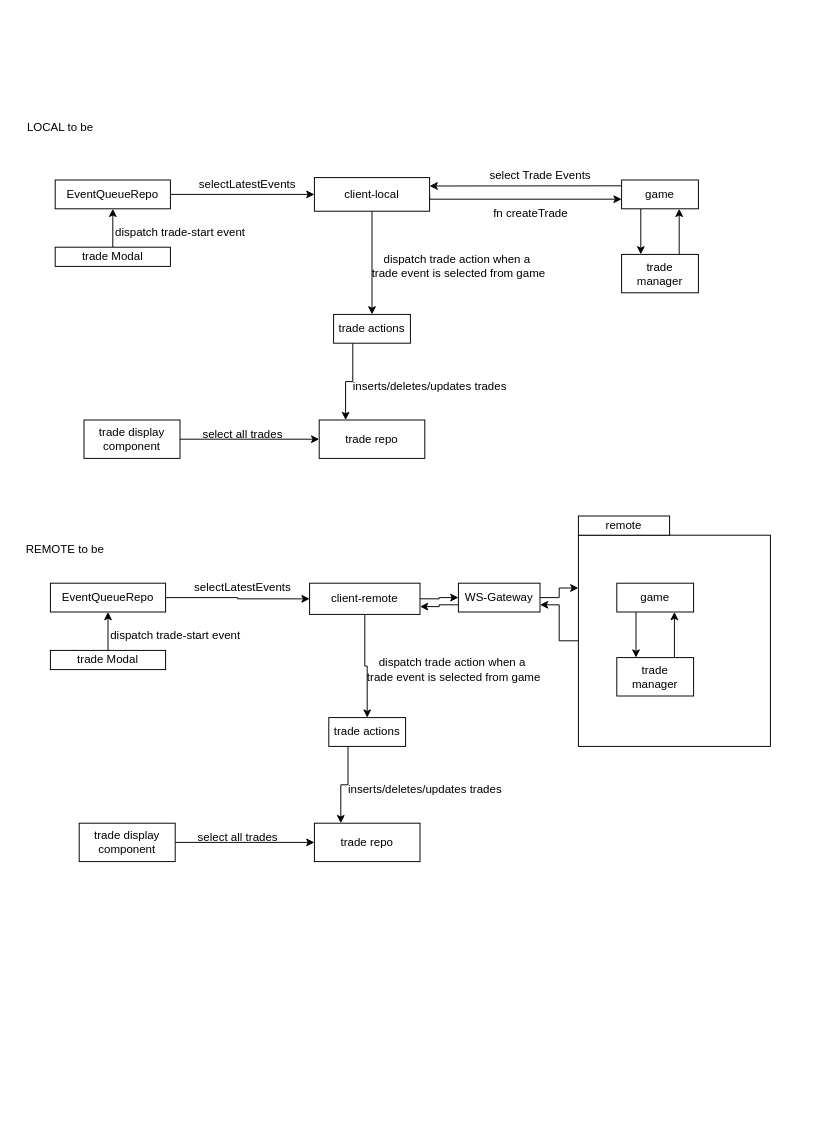
The draw.io diagram docs/game-communication-architecture.drawio in Tiny-Settlements-Conquests/Tiny-Settlement-Conquest, before the edit. Source tidied: cells renumbered, new cells numbered last; positions are measured from the earlier drawing's top-left corner, leaving out a move shared by most shapes. Both pictures are drawn from the tidied source at 96%, with x=0, y=0 at pixel (16, 112).
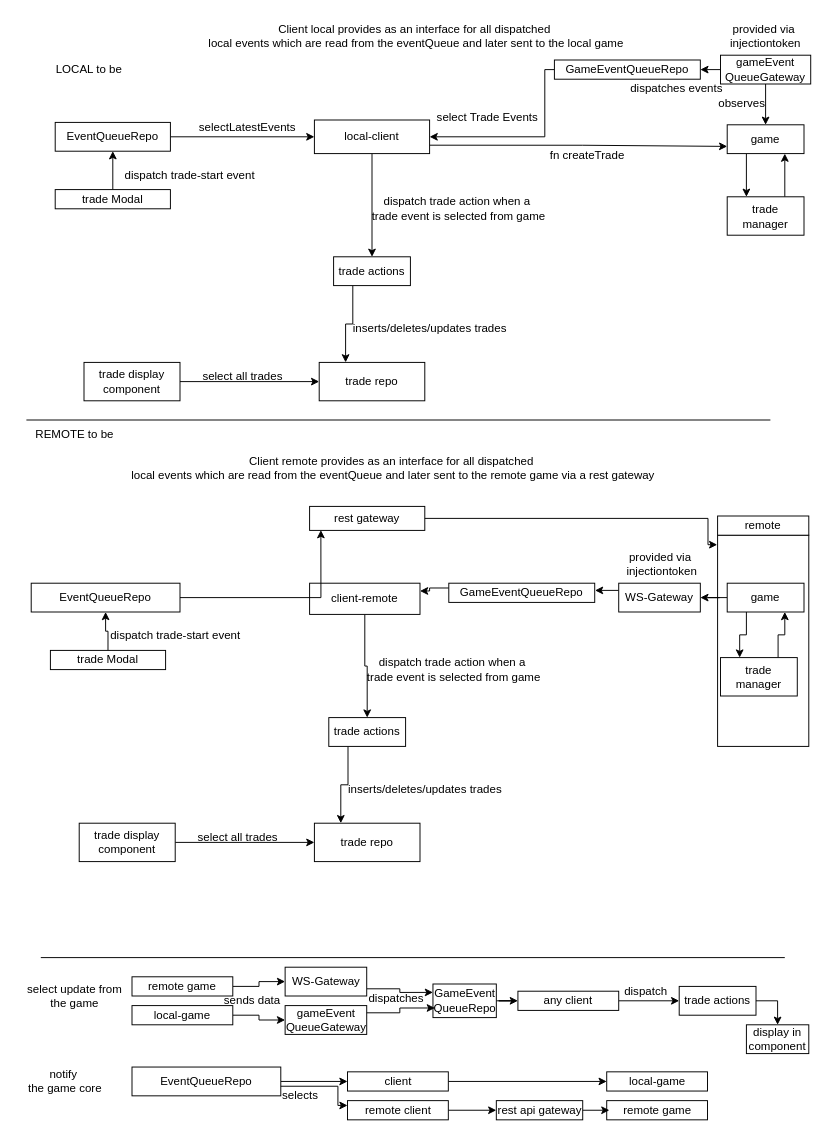
After the change.

Commit message:
chore: update game communication drawio

Unchanged cells that the change refers to:
```xml
<mxCell id="36" value="client-remote" style="rounded=0;whiteSpace=wrap;html=1;" parent="1" vertex="1">
  <mxGeometry x="305" y="490" width="115" height="32.5" as="geometry" />
</mxCell>
```

Change to the diagram source:
```diff
@@
-    <mxCell id="2" style="edgeStyle=orthogonalEdgeStyle;rounded=0;jettySize=auto;html=1;exitX=0;exitY=0.5;exitDx=0;exitDy=0;entryX=1;entryY=0.75;entryDx=0;entryDy=0;" parent="1" edge="1" source="3" target="54">
-      <mxGeometry relative="1" as="geometry" />
-    </mxCell>
     <mxCell id="3" style="rounded=0;whiteSpace=wrap;html=1;" parent="1" vertex="1">
-      <mxGeometry x="585" y="440" width="200" height="220" as="geometry" />
+      <mxGeometry x="730" y="440" width="95" height="220" as="geometry" />
     </mxCell>
@@
     <mxCell id="5" value="trade Modal" style="rounded=0;whiteSpace=wrap;html=1;" parent="1" vertex="1">
-      <mxGeometry x="40" y="140" width="120" height="20" as="geometry" />
+      <mxGeometry x="40" y="80" width="120" height="20" as="geometry" />
     </mxCell>
@@
     <mxCell id="7" value="EventQueueRepo" style="rounded=0;whiteSpace=wrap;html=1;" parent="1" vertex="1">
-      <mxGeometry x="40" y="70" width="120" height="30" as="geometry" />
+      <mxGeometry x="40" y="10" width="120" height="30" as="geometry" />
     </mxCell>
-    <mxCell id="8" value="LOCAL to be" style="text;html=1;align=center;verticalAlign=middle;strokeColor=none;fillColor=none;" parent="1" vertex="1">
-      <mxGeometry width="90" height="30" as="geometry" />
+    <mxCell id="8" value="LOCAL to be" style="text;html=1;align=center;verticalAlign=middle;strokeColor=none;fillColor=default;" parent="1" vertex="1">
+      <mxGeometry x="30" y="-60" width="90" height="30" as="geometry" />
     </mxCell>
+    <mxCell id="10" style="edgeStyle=orthogonalEdgeStyle;rounded=0;jettySize=auto;html=1;exitX=0.5;exitY=1;exitDx=0;exitDy=0;entryX=0.5;entryY=0;entryDx=0;entryDy=0;" parent="1" edge="1" source="11" target="24">
+      <mxGeometry relative="1" as="geometry" />
+    </mxCell>
-    <mxCell id="9" style="edgeStyle=orthogonalEdgeStyle;rounded=0;jettySize=auto;html=1;exitX=1;exitY=0.5;exitDx=0;exitDy=0;" parent="1" edge="1" source="11" target="16">
+    <mxCell id="9" style="edgeStyle=orthogonalEdgeStyle;rounded=0;jettySize=auto;html=1;exitX=1;exitY=0.75;exitDx=0;exitDy=0;entryX=0;entryY=0.75;entryDx=0;entryDy=0;" parent="1" edge="1" source="11" target="16">
       <mxGeometry relative="1" as="geometry">
         <Array as="points">
-          <mxPoint x="430" y="90" />
+          <mxPoint x="589" y="34" />
+          <mxPoint x="747" y="34" />
         </Array>
       </mxGeometry>
     </mxCell>
-    <mxCell id="10" style="edgeStyle=orthogonalEdgeStyle;rounded=0;jettySize=auto;html=1;exitX=0.5;exitY=1;exitDx=0;exitDy=0;entryX=0.5;entryY=0;entryDx=0;entryDy=0;" parent="1" edge="1" source="11" target="24">
-      <mxGeometry relative="1" as="geometry" />
-    </mxCell>
-    <mxCell id="11" value="client-local" style="rounded=0;whiteSpace=wrap;html=1;" parent="1" vertex="1">
-      <mxGeometry x="310" y="67.5" width="120" height="35" as="geometry" />
+    <mxCell id="11" value="local-client" style="rounded=0;whiteSpace=wrap;html=1;" parent="1" vertex="1">
+      <mxGeometry x="310" y="7.5" width="120" height="35" as="geometry" />
     </mxCell>
     <mxCell id="12" value="dispatch trade-start event" style="text;html=1;align=center;verticalAlign=middle;strokeColor=none;fillColor=none;" parent="1" vertex="1">
-      <mxGeometry x="90" y="110" width="160" height="30" as="geometry" />
+      <mxGeometry x="100" y="50" width="160" height="30" as="geometry" />
     </mxCell>
     <mxCell id="13" value="selectLatestEvents" style="text;html=1;align=center;verticalAlign=middle;strokeColor=none;fillColor=none;" parent="1" vertex="1">
-      <mxGeometry x="180" y="60" width="120" height="30" as="geometry" />
+      <mxGeometry x="180" width="120" height="30" as="geometry" />
     </mxCell>
@@
-    <mxCell id="15" style="edgeStyle=orthogonalEdgeStyle;rounded=0;jettySize=auto;html=1;exitX=0;exitY=0.25;exitDx=0;exitDy=0;entryX=1;entryY=0.25;entryDx=0;entryDy=0;" parent="1" edge="1" source="16" target="11">
-      <mxGeometry relative="1" as="geometry">
-        <Array as="points">
-          <mxPoint x="690" y="76" />
-          <mxPoint x="560" y="76" />
-        </Array>
-      </mxGeometry>
-    </mxCell>
     <mxCell id="16" value="game" style="whiteSpace=wrap;html=1;" parent="1" vertex="1">
-      <mxGeometry x="630" y="70" width="80" height="30" as="geometry" />
+      <mxGeometry x="740" y="12.5" width="80" height="30" as="geometry" />
     </mxCell>
@@
     <mxCell id="18" value="trade manager" style="whiteSpace=wrap;html=1;" parent="1" vertex="1">
-      <mxGeometry x="630" y="147.5" width="80" height="40" as="geometry" />
+      <mxGeometry x="740" y="87.5" width="80" height="40" as="geometry" />
     </mxCell>
@@
     <mxCell id="20" value="trade display component" style="whiteSpace=wrap;html=1;" parent="1" vertex="1">
-      <mxGeometry x="70" y="320" width="100" height="40" as="geometry" />
+      <mxGeometry x="70" y="260" width="100" height="40" as="geometry" />
     </mxCell>
     <mxCell id="21" value="fn createTrade" style="text;html=1;align=center;verticalAlign=middle;strokeColor=none;fillColor=none;" parent="1" vertex="1">
-      <mxGeometry x="485" y="90" width="100" height="30" as="geometry" />
+      <mxGeometry x="544" y="30" width="100" height="30" as="geometry" />
     </mxCell>
     <mxCell id="22" value="select Trade Events" style="text;html=1;align=center;verticalAlign=middle;strokeColor=none;fillColor=none;" parent="1" vertex="1">
-      <mxGeometry x="480" y="50" width="130" height="30" as="geometry" />
+      <mxGeometry x="425" y="-10" width="130" height="30" as="geometry" />
     </mxCell>
@@
     <mxCell id="24" value="trade actions" style="whiteSpace=wrap;html=1;" parent="1" vertex="1">
-      <mxGeometry x="330" y="210" width="80" height="30" as="geometry" />
+      <mxGeometry x="330" y="150" width="80" height="30" as="geometry" />
     </mxCell>
     <mxCell id="25" value="dispatch trade action when a&amp;nbsp;&lt;div&gt;trade event is selected from game&lt;/div&gt;" style="text;html=1;align=center;verticalAlign=middle;strokeColor=none;fillColor=none;" parent="1" vertex="1">
-      <mxGeometry x="360" y="140" width="200" height="40" as="geometry" />
+      <mxGeometry x="360" y="80" width="200" height="40" as="geometry" />
     </mxCell>
     <mxCell id="26" value="trade repo" style="rounded=0;whiteSpace=wrap;html=1;" parent="1" vertex="1">
-      <mxGeometry x="315" y="320" width="110" height="40" as="geometry" />
+      <mxGeometry x="315" y="260" width="110" height="40" as="geometry" />
     </mxCell>
     <mxCell id="27" value="select all trades" style="text;html=1;align=center;verticalAlign=middle;strokeColor=none;fillColor=none;" parent="1" vertex="1">
-      <mxGeometry x="180" y="320" width="110" height="30" as="geometry" />
+      <mxGeometry x="180" y="260" width="110" height="30" as="geometry" />
     </mxCell>
     <mxCell id="28" value="inserts/deletes/updates trades" style="text;html=1;align=center;verticalAlign=middle;strokeColor=none;fillColor=none;" parent="1" vertex="1">
-      <mxGeometry x="340" y="270" width="180" height="30" as="geometry" />
+      <mxGeometry x="340" y="210" width="180" height="30" as="geometry" />
     </mxCell>
-    <mxCell id="29" value="REMOTE to be" style="text;html=1;align=center;verticalAlign=middle;strokeColor=none;fillColor=none;" parent="1" vertex="1">
-      <mxGeometry y="440" width="100" height="30" as="geometry" />
+    <mxCell id="29" value="REMOTE to be" style="text;html=1;align=center;verticalAlign=middle;strokeColor=none;fillColor=default;glass=0;" parent="1" vertex="1">
+      <mxGeometry x="10" y="320" width="100" height="30" as="geometry" />
     </mxCell>
@@
-    <mxCell id="32" style="edgeStyle=orthogonalEdgeStyle;rounded=0;jettySize=auto;html=1;exitX=1;exitY=0.5;exitDx=0;exitDy=0;" parent="1" edge="1" source="33" target="36">
-      <mxGeometry relative="1" as="geometry" />
-    </mxCell>
     <mxCell id="33" value="EventQueueRepo" style="rounded=0;whiteSpace=wrap;html=1;" parent="1" vertex="1">
-      <mxGeometry x="35" y="490" width="120" height="30" as="geometry" />
+      <mxGeometry x="15" y="490" width="155" height="30" as="geometry" />
     </mxCell>
@@
-    <mxCell id="35" style="edgeStyle=orthogonalEdgeStyle;rounded=0;jettySize=auto;html=1;exitX=1;exitY=0.5;exitDx=0;exitDy=0;" parent="1" edge="1" source="36" target="54">
-      <mxGeometry relative="1" as="geometry" />
-    </mxCell>
@@
-    <mxCell id="38" value="selectLatestEvents" style="text;html=1;align=center;verticalAlign=middle;strokeColor=none;fillColor=none;" parent="1" vertex="1">
-      <mxGeometry x="175" y="480" width="120" height="30" as="geometry" />
-    </mxCell>
@@
+    <mxCell id="55" style="edgeStyle=orthogonalEdgeStyle;rounded=0;jettySize=auto;html=1;exitX=0;exitY=0.5;exitDx=0;exitDy=0;" parent="1" edge="1" source="40" target="54">
+      <mxGeometry relative="1" as="geometry" />
+    </mxCell>
     <mxCell id="40" value="game" style="whiteSpace=wrap;html=1;" parent="1" vertex="1">
-      <mxGeometry x="625" y="490" width="80" height="30" as="geometry" />
+      <mxGeometry x="740" y="490" width="80" height="30" as="geometry" />
     </mxCell>
@@
     <mxCell id="42" value="trade manager" style="whiteSpace=wrap;html=1;" parent="1" vertex="1">
-      <mxGeometry x="625" y="567.5" width="80" height="40" as="geometry" />
+      <mxGeometry x="733" y="567.5" width="80" height="40" as="geometry" />
     </mxCell>
@@
     <mxCell id="51" value="remote" style="rounded=0;whiteSpace=wrap;html=1;" parent="1" vertex="1">
-      <mxGeometry x="585" y="420" width="95" height="20" as="geometry" />
+      <mxGeometry x="730" y="420" width="95" height="20" as="geometry" />
     </mxCell>
-    <mxCell id="52" style="edgeStyle=orthogonalEdgeStyle;rounded=0;jettySize=auto;html=1;exitX=1;exitY=0.5;exitDx=0;exitDy=0;entryX=0;entryY=0.25;entryDx=0;entryDy=0;" parent="1" edge="1" source="54" target="3">
-      <mxGeometry relative="1" as="geometry" />
-    </mxCell>
-    <mxCell id="53" style="edgeStyle=orthogonalEdgeStyle;rounded=0;jettySize=auto;html=1;exitX=0;exitY=0.75;exitDx=0;exitDy=0;entryX=1;entryY=0.75;entryDx=0;entryDy=0;" parent="1" edge="1" source="54" target="36">
-      <mxGeometry relative="1" as="geometry" />
-    </mxCell>
+    <mxCell id="56" style="edgeStyle=orthogonalEdgeStyle;rounded=0;jettySize=auto;html=1;exitX=0;exitY=0.25;exitDx=0;exitDy=0;entryX=1.002;entryY=0.389;entryDx=0;entryDy=0;entryPerimeter=0;" parent="1" edge="1" source="54" target="84">
+      <mxGeometry relative="1" as="geometry" />
+    </mxCell>
     <mxCell id="54" value="WS-Gateway" style="rounded=0;whiteSpace=wrap;html=1;" parent="1" vertex="1">
-      <mxGeometry x="460" y="490" width="85" height="30" as="geometry" />
+      <mxGeometry x="627" y="490" width="85" height="30" as="geometry" />
     </mxCell>
+    <mxCell id="57" value="rest gateway" style="rounded=0;whiteSpace=wrap;html=1;" parent="1" vertex="1">
+      <mxGeometry x="305" y="410" width="120" height="25" as="geometry" />
+    </mxCell>
+    <mxCell id="58" value="Client local provides as an interface for all dispatched&lt;div&gt;&amp;nbsp;local events which are read from the eventQueue and later sent to the local game&lt;/div&gt;" style="text;html=1;align=center;verticalAlign=middle;strokeColor=none;fillColor=none;" parent="1" vertex="1">
+      <mxGeometry x="184" y="-100" width="460" height="40" as="geometry" />
+    </mxCell>
+    <mxCell id="59" value="provided via&lt;div&gt;&amp;nbsp;injectiontoken&lt;/div&gt;" style="text;html=1;align=center;verticalAlign=middle;strokeColor=none;fillColor=none;" parent="1" vertex="1">
+      <mxGeometry x="727.5" y="-100" width="100" height="40" as="geometry" />
+    </mxCell>
+    <mxCell id="60" style="edgeStyle=orthogonalEdgeStyle;rounded=0;jettySize=auto;html=1;exitX=1;exitY=0.5;exitDx=0;exitDy=0;entryX=0.098;entryY=0.989;entryDx=0;entryDy=0;entryPerimeter=0;" parent="1" edge="1" source="33" target="57">
+      <mxGeometry relative="1" as="geometry" />
+    </mxCell>
+    <mxCell id="61" style="edgeStyle=orthogonalEdgeStyle;rounded=0;jettySize=auto;html=1;exitX=1;exitY=0.5;exitDx=0;exitDy=0;entryX=0;entryY=0.5;entryDx=0;entryDy=0;" parent="1" edge="1" source="62" target="70">
+      <mxGeometry relative="1" as="geometry" />
+    </mxCell>
+    <mxCell id="62" value="client" style="rounded=0;whiteSpace=wrap;html=1;" parent="1" vertex="1">
+      <mxGeometry x="344.5" y="999" width="105" height="20" as="geometry" />
+    </mxCell>
+    <mxCell id="63" style="edgeStyle=orthogonalEdgeStyle;rounded=0;jettySize=auto;html=1;exitX=1;exitY=0.5;exitDx=0;exitDy=0;" parent="1" edge="1" source="65" target="62">
+      <mxGeometry relative="1" as="geometry" />
+    </mxCell>
+    <mxCell id="64" style="edgeStyle=orthogonalEdgeStyle;rounded=0;orthogonalLoop=1;jettySize=auto;html=1;exitX=1;exitY=1;exitDx=0;exitDy=0;entryX=0;entryY=0.5;entryDx=0;entryDy=0;" parent="1" edge="1">
+      <mxGeometry relative="1" as="geometry">
+        <mxPoint x="254.5" y="1019" as="sourcePoint" />
+        <mxPoint x="344.5" y="1034" as="targetPoint" />
+        <Array as="points">
+          <mxPoint x="254.5" y="1014" />
+          <mxPoint x="334.5" y="1014" />
+          <mxPoint x="334.5" y="1034" />
+        </Array>
+      </mxGeometry>
+    </mxCell>
+    <mxCell id="65" value="EventQueueRepo" style="rounded=0;whiteSpace=wrap;html=1;" parent="1" vertex="1">
+      <mxGeometry x="120" y="994" width="155" height="30" as="geometry" />
+    </mxCell>
+    <mxCell id="66" value="selects" style="text;html=1;align=center;verticalAlign=middle;strokeColor=none;fillColor=none;" parent="1" vertex="1">
+      <mxGeometry x="264.5" y="1009" width="60" height="30" as="geometry" />
+    </mxCell>
+    <mxCell id="67" style="edgeStyle=orthogonalEdgeStyle;rounded=0;jettySize=auto;html=1;exitX=1;exitY=0.5;exitDx=0;exitDy=0;entryX=0;entryY=0.5;entryDx=0;entryDy=0;" parent="1" edge="1" source="68" target="71">
+      <mxGeometry relative="1" as="geometry" />
+    </mxCell>
+    <mxCell id="68" value="remote client" style="rounded=0;whiteSpace=wrap;html=1;" parent="1" vertex="1">
+      <mxGeometry x="344.5" y="1029" width="105" height="20" as="geometry" />
+    </mxCell>
+    <mxCell id="69" value="remote game" style="rounded=0;whiteSpace=wrap;html=1;" parent="1" vertex="1">
+      <mxGeometry x="614.5" y="1029" width="105" height="20" as="geometry" />
+    </mxCell>
+    <mxCell id="70" value="local-game" style="rounded=0;whiteSpace=wrap;html=1;" parent="1" vertex="1">
+      <mxGeometry x="614.5" y="999" width="105" height="20" as="geometry" />
+    </mxCell>
+    <mxCell id="71" value="rest api gateway" style="rounded=0;whiteSpace=wrap;html=1;" parent="1" vertex="1">
+      <mxGeometry x="499.5" y="1029" width="90" height="20" as="geometry" />
+    </mxCell>
+    <mxCell id="72" style="edgeStyle=orthogonalEdgeStyle;rounded=0;jettySize=auto;html=1;exitX=1;exitY=0.5;exitDx=0;exitDy=0;entryX=0.027;entryY=0.51;entryDx=0;entryDy=0;entryPerimeter=0;" parent="1" edge="1" source="71" target="69">
+      <mxGeometry relative="1" as="geometry" />
+    </mxCell>
+    <mxCell id="73" style="endArrow=none;html=1;rounded=0;" parent="1" edge="1">
+      <mxGeometry relative="1" as="geometry">
+        <mxPoint x="25" y="880" as="sourcePoint" />
+        <mxPoint x="800" y="880" as="targetPoint" />
+      </mxGeometry>
+    </mxCell>
+    <mxCell id="74" style="endArrow=none;html=1;rounded=0;" parent="1" edge="1">
+      <mxGeometry relative="1" as="geometry">
+        <mxPoint x="10" y="320" as="sourcePoint" />
+        <mxPoint x="785" y="320" as="targetPoint" />
+      </mxGeometry>
+    </mxCell>
+    <mxCell id="75" value="Client remote provides as an interface for all dispatched&lt;div&gt;&amp;nbsp;local events which are read from the eventQueue and later sent to the remote game via a rest gateway&lt;/div&gt;" style="text;html=1;align=center;verticalAlign=middle;strokeColor=none;fillColor=none;" parent="1" vertex="1">
+      <mxGeometry x="105" y="350" width="570" height="40" as="geometry" />
+    </mxCell>
+    <mxCell id="76" style="edgeStyle=orthogonalEdgeStyle;rounded=0;jettySize=auto;html=1;exitX=0;exitY=0.5;exitDx=0;exitDy=0;entryX=1;entryY=0.5;entryDx=0;entryDy=0;" parent="1" edge="1" source="77" target="11">
+      <mxGeometry relative="1" as="geometry">
+        <Array as="points">
+          <mxPoint x="550" y="-45" />
+          <mxPoint x="550" y="25" />
+        </Array>
+      </mxGeometry>
+    </mxCell>
+    <mxCell id="77" value="GameEventQueueRepo" style="rounded=0;whiteSpace=wrap;html=1;" parent="1" vertex="1">
+      <mxGeometry x="560" y="-55" width="152" height="20" as="geometry" />
+    </mxCell>
+    <mxCell id="78" style="edgeStyle=orthogonalEdgeStyle;rounded=0;jettySize=auto;html=1;exitX=0.5;exitY=1;exitDx=0;exitDy=0;" parent="1" edge="1" source="80" target="16">
+      <mxGeometry relative="1" as="geometry" />
+    </mxCell>
+    <mxCell id="79" style="edgeStyle=orthogonalEdgeStyle;rounded=0;jettySize=auto;html=1;exitX=0;exitY=0.5;exitDx=0;exitDy=0;entryX=1;entryY=0.5;entryDx=0;entryDy=0;" parent="1" edge="1" source="80" target="77">
+      <mxGeometry relative="1" as="geometry" />
+    </mxCell>
+    <mxCell id="80" value="gameEvent&lt;div&gt;QueueGateway&lt;/div&gt;" style="rounded=0;whiteSpace=wrap;html=1;" parent="1" vertex="1">
+      <mxGeometry x="733" y="-60" width="94" height="30" as="geometry" />
+    </mxCell>
+    <mxCell id="81" value="observes" style="text;html=1;align=center;verticalAlign=middle;strokeColor=none;fillColor=none;" parent="1" vertex="1">
+      <mxGeometry x="720" y="-25" width="70" height="30" as="geometry" />
+    </mxCell>
+    <mxCell id="82" value="dispatches events" style="text;html=1;align=center;verticalAlign=middle;strokeColor=none;fillColor=none;" parent="1" vertex="1">
+      <mxGeometry x="627" y="-40" width="120" height="30" as="geometry" />
+    </mxCell>
+    <mxCell id="83" style="edgeStyle=orthogonalEdgeStyle;rounded=0;jettySize=auto;html=1;exitX=0;exitY=0.25;exitDx=0;exitDy=0;entryX=1;entryY=0.25;entryDx=0;entryDy=0;" parent="1" edge="1" source="84" target="36">
+      <mxGeometry relative="1" as="geometry">
+        <Array as="points">
+          <mxPoint x="430" y="495" />
+          <mxPoint x="430" y="498" />
+        </Array>
+      </mxGeometry>
+    </mxCell>
+    <mxCell id="84" value="GameEventQueueRepo" style="rounded=0;whiteSpace=wrap;html=1;" parent="1" vertex="1">
+      <mxGeometry x="450" y="490" width="152" height="20" as="geometry" />
+    </mxCell>
+    <mxCell id="85" style="edgeStyle=orthogonalEdgeStyle;rounded=0;jettySize=auto;html=1;exitX=1;exitY=0.5;exitDx=0;exitDy=0;entryX=-0.004;entryY=0.045;entryDx=0;entryDy=0;entryPerimeter=0;" parent="1" edge="1" source="57" target="3">
+      <mxGeometry relative="1" as="geometry">
+        <Array as="points">
+          <mxPoint x="720" y="423" />
+          <mxPoint x="720" y="450" />
+        </Array>
+      </mxGeometry>
+    </mxCell>
+    <mxCell id="86" value="provided via&lt;div&gt;&amp;nbsp;injectiontoken&lt;/div&gt;" style="text;html=1;align=center;verticalAlign=middle;strokeColor=none;fillColor=none;" parent="1" vertex="1">
+      <mxGeometry x="619.5" y="450" width="100" height="40" as="geometry" />
+    </mxCell>
+    <mxCell id="87" value="notify&amp;nbsp;&lt;div&gt;the game core&lt;/div&gt;" style="text;html=1;align=center;verticalAlign=middle;strokeColor=none;fillColor=none;" parent="1" vertex="1">
+      <mxGeometry x="-0.5" y="989" width="100" height="40" as="geometry" />
+    </mxCell>
+    <mxCell id="88" value="select update from&lt;div&gt;the game&lt;/div&gt;" style="text;html=1;align=center;verticalAlign=middle;strokeColor=none;fillColor=none;" parent="1" vertex="1">
+      <mxGeometry y="900" width="120" height="40" as="geometry" />
+    </mxCell>
+    <mxCell id="89" style="edgeStyle=orthogonalEdgeStyle;rounded=0;jettySize=auto;html=1;exitX=1;exitY=0.5;exitDx=0;exitDy=0;entryX=0;entryY=0.5;entryDx=0;entryDy=0;" parent="1" edge="1" source="90" target="93">
+      <mxGeometry relative="1" as="geometry" />
+    </mxCell>
+    <mxCell id="90" value="local-game" style="rounded=0;whiteSpace=wrap;html=1;" parent="1" vertex="1">
+      <mxGeometry x="120" y="930" width="105" height="20" as="geometry" />
+    </mxCell>
+    <mxCell id="91" style="edgeStyle=orthogonalEdgeStyle;rounded=0;jettySize=auto;html=1;exitX=1;exitY=0.5;exitDx=0;exitDy=0;" parent="1" edge="1" source="92" target="95">
+      <mxGeometry relative="1" as="geometry" />
+    </mxCell>
+    <mxCell id="92" value="remote game" style="rounded=0;whiteSpace=wrap;html=1;" parent="1" vertex="1">
+      <mxGeometry x="120" y="900" width="105" height="20" as="geometry" />
+    </mxCell>
+    <mxCell id="93" value="gameEvent&lt;div&gt;QueueGateway&lt;/div&gt;" style="rounded=0;whiteSpace=wrap;html=1;" parent="1" vertex="1">
+      <mxGeometry x="279.5" y="930" width="85" height="30" as="geometry" />
+    </mxCell>
+    <mxCell id="94" style="edgeStyle=orthogonalEdgeStyle;rounded=0;jettySize=auto;html=1;exitX=1;exitY=0.75;exitDx=0;exitDy=0;entryX=0;entryY=0.25;entryDx=0;entryDy=0;" parent="1" edge="1" source="95" target="98">
+      <mxGeometry relative="1" as="geometry" />
+    </mxCell>
+    <mxCell id="95" value="WS-Gateway" style="rounded=0;whiteSpace=wrap;html=1;" parent="1" vertex="1">
+      <mxGeometry x="279.5" y="890" width="85" height="30" as="geometry" />
+    </mxCell>
+    <mxCell id="96" value="sends data" style="text;html=1;align=center;verticalAlign=middle;strokeColor=none;fillColor=none;" parent="1" vertex="1">
+      <mxGeometry x="205" y="910" width="80" height="30" as="geometry" />
+    </mxCell>
+    <mxCell id="97" style="edgeStyle=orthogonalEdgeStyle;rounded=0;jettySize=auto;html=1;exitX=1;exitY=0.5;exitDx=0;exitDy=0;" parent="1" edge="1" source="98" target="102">
+      <mxGeometry relative="1" as="geometry" />
+    </mxCell>
+    <mxCell id="98" value="GameEvent&lt;div&gt;QueueRepo&lt;/div&gt;" style="rounded=0;whiteSpace=wrap;html=1;" parent="1" vertex="1">
+      <mxGeometry x="433.5" y="907.5" width="66" height="35" as="geometry" />
+    </mxCell>
+    <mxCell id="99" style="edgeStyle=orthogonalEdgeStyle;rounded=0;jettySize=auto;html=1;exitX=1;exitY=0.25;exitDx=0;exitDy=0;entryX=0.031;entryY=0.714;entryDx=0;entryDy=0;entryPerimeter=0;" parent="1" edge="1" source="93" target="98">
+      <mxGeometry relative="1" as="geometry" />
+    </mxCell>
+    <mxCell id="100" value="dispatches" style="text;html=1;align=center;verticalAlign=middle;strokeColor=none;fillColor=none;" parent="1" vertex="1">
+      <mxGeometry x="355" y="907.5" width="80" height="30" as="geometry" />
+    </mxCell>
+    <mxCell id="101" style="edgeStyle=orthogonalEdgeStyle;rounded=0;jettySize=auto;html=1;exitX=1;exitY=0.5;exitDx=0;exitDy=0;entryX=0;entryY=0.5;entryDx=0;entryDy=0;" parent="1" edge="1" source="102" target="104">
+      <mxGeometry relative="1" as="geometry" />
+    </mxCell>
+    <mxCell id="102" value="any client" style="rounded=0;whiteSpace=wrap;html=1;" parent="1" vertex="1">
+      <mxGeometry x="522" y="915" width="105" height="20" as="geometry" />
+    </mxCell>
+    <mxCell id="103" style="edgeStyle=orthogonalEdgeStyle;rounded=0;jettySize=auto;html=1;exitX=1;exitY=0.5;exitDx=0;exitDy=0;entryX=0.5;entryY=0;entryDx=0;entryDy=0;" parent="1" edge="1" source="104" target="106">
+      <mxGeometry relative="1" as="geometry" />
+    </mxCell>
+    <mxCell id="104" value="trade actions" style="whiteSpace=wrap;html=1;" parent="1" vertex="1">
+      <mxGeometry x="690" y="910" width="80" height="30" as="geometry" />
+    </mxCell>
+    <mxCell id="105" value="dispatch" style="text;html=1;align=center;verticalAlign=middle;strokeColor=none;fillColor=none;" parent="1" vertex="1">
+      <mxGeometry x="620" y="900" width="70" height="30" as="geometry" />
+    </mxCell>
+    <mxCell id="106" value="display in component" style="rounded=0;whiteSpace=wrap;html=1;" parent="1" vertex="1">
+      <mxGeometry x="760" y="950" width="65" height="30" as="geometry" />
+    </mxCell>
```
